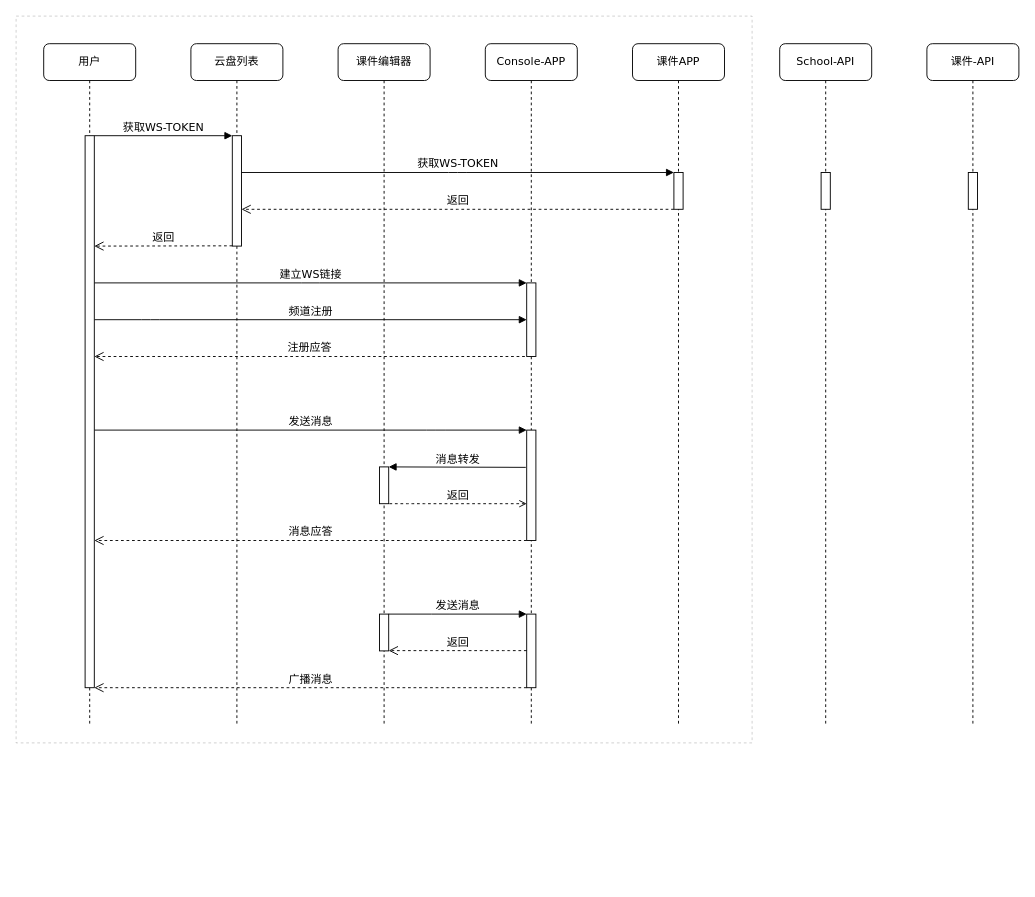
huanjiesm/saas-draw keeps this draw.io diagram as saas-share.drawio. Above is the earlier version. Source tidied: cells renumbered, new cells numbered last; positions are measured from the earlier drawing's top-left corner, leaving out a move shared by most shapes. Both pictures are drawn from the tidied source at 92%, with x=0, y=0 at pixel (16, 16).
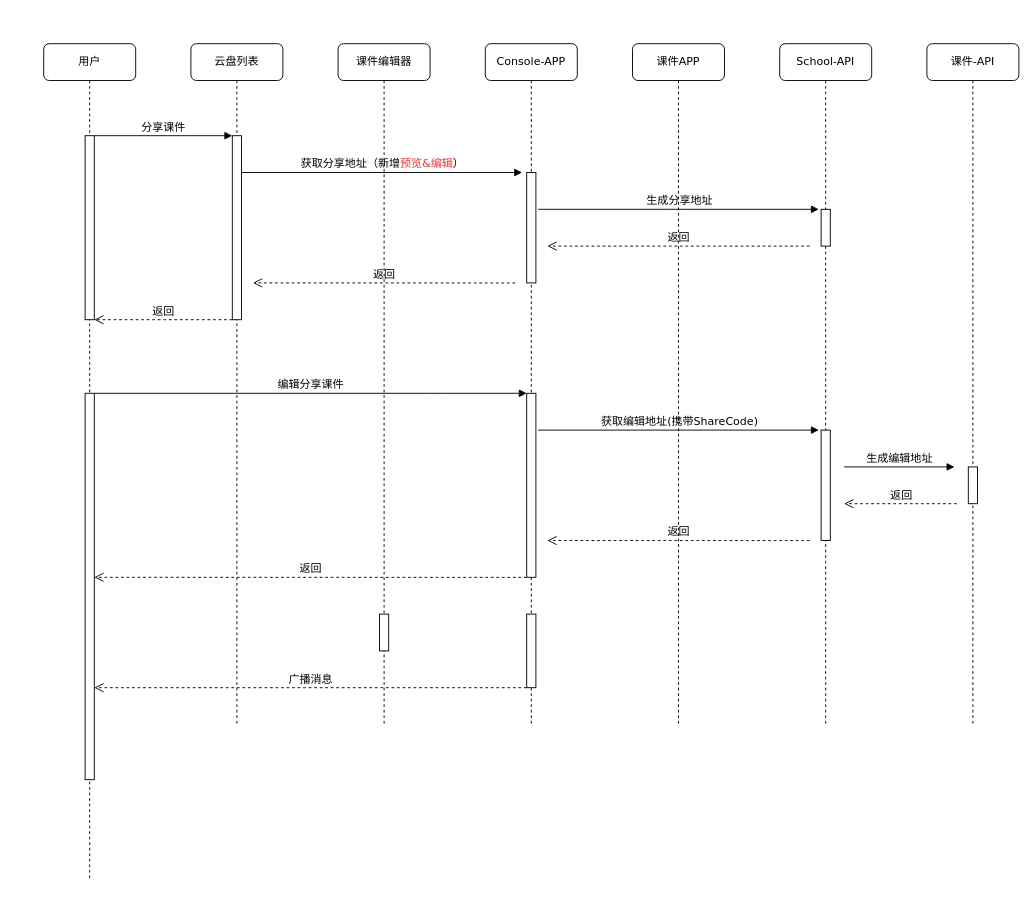
The same page after the edit.

Unchanged cells that the change refers to:
```xml
<mxCell id="3" value="Console-APP" style="shape=umlLifeline;perimeter=lifelinePerimeter;whiteSpace=wrap;html=1;rounded=1;shadow=0;comic=0;labelBackgroundColor=none;strokeWidth=1;fontFamily=Verdana;fontSize=12;align=center;" parent="1" vertex="1">
  <mxGeometry x="510" y="30" width="100" height="740" as="geometry" />
</mxCell>
<mxCell id="7" value="云盘列表" style="shape=umlLifeline;perimeter=lifelinePerimeter;whiteSpace=wrap;html=1;rounded=1;shadow=0;comic=0;labelBackgroundColor=none;strokeWidth=1;fontFamily=Verdana;fontSize=12;align=center;" parent="1" vertex="1">
  <mxGeometry x="190" y="30" width="100" height="740" as="geometry" />
</mxCell>
<mxCell id="11" value="课件编辑器" style="shape=umlLifeline;perimeter=lifelinePerimeter;whiteSpace=wrap;html=1;rounded=1;shadow=0;comic=0;labelBackgroundColor=none;strokeWidth=1;fontFamily=Verdana;fontSize=12;align=center;" parent="1" vertex="1">
  <mxGeometry x="350" y="30" width="100" height="740" as="geometry" />
</mxCell>
<mxCell id="22" value="课件APP" style="shape=umlLifeline;perimeter=lifelinePerimeter;whiteSpace=wrap;html=1;rounded=1;shadow=0;comic=0;labelBackgroundColor=none;strokeWidth=1;fontFamily=Verdana;fontSize=12;align=center;" parent="1" vertex="1">
  <mxGeometry x="670" y="30" width="100" height="740" as="geometry" />
</mxCell>
<mxCell id="30" value="School-API" style="shape=umlLifeline;perimeter=lifelinePerimeter;whiteSpace=wrap;html=1;rounded=1;shadow=0;comic=0;labelBackgroundColor=none;strokeWidth=1;fontFamily=Verdana;fontSize=12;align=center;" parent="1" vertex="1">
  <mxGeometry x="830" y="30" width="100" height="740" as="geometry" />
</mxCell>
<mxCell id="32" value="课件-API" style="shape=umlLifeline;perimeter=lifelinePerimeter;whiteSpace=wrap;html=1;rounded=1;shadow=0;comic=0;labelBackgroundColor=none;strokeWidth=1;fontFamily=Verdana;fontSize=12;align=center;" parent="1" vertex="1">
  <mxGeometry x="990" y="30" width="100" height="740" as="geometry" />
</mxCell>
```

The edit, as a diff of the source:
```diff
@@
-    <mxCell id="2" style="rounded=0;whiteSpace=wrap;html=1;opacity=20;dashed=1;" parent="1" vertex="1">
-      <mxGeometry width="800" height="790" as="geometry" />
-    </mxCell>
@@
-    <mxCell id="4" style="html=1;perimeter=orthogonalPerimeter;rounded=0;shadow=0;comic=0;labelBackgroundColor=none;strokeWidth=1;fontFamily=Verdana;fontSize=12;align=center;" parent="3" vertex="1">
-      <mxGeometry x="45" y="260" width="10" height="80" as="geometry" />
-    </mxCell>
-    <mxCell id="5" value="发送消息" style="html=1;verticalAlign=bottom;endArrow=block;labelBackgroundColor=none;fontFamily=Verdana;fontSize=12;edgeStyle=elbowEdgeStyle;elbow=vertical;entryX=-0.209;entryY=0;entryDx=0;entryDy=0;entryPerimeter=0;" parent="3" edge="1">
-      <mxGeometry relative="1" as="geometry">
-        <mxPoint x="-105" y="620" as="sourcePoint" />
-        <mxPoint x="45" y="620" as="targetPoint" />
-        <Array as="points">
-          <mxPoint x="-48.4" y="620" />
-          <mxPoint x="-38.4" y="680" />
-          <mxPoint x="1.6" y="690" />
-          <mxPoint x="-18.4" y="650" />
-          <mxPoint x="-98.4" y="540" />
-        </Array>
-      </mxGeometry>
-    </mxCell>
@@
+    <mxCell id="23" style="html=1;perimeter=orthogonalPerimeter;rounded=0;shadow=0;comic=0;labelBackgroundColor=none;strokeWidth=1;fontFamily=Verdana;fontSize=12;align=center;" parent="3" vertex="1">
+      <mxGeometry x="45" y="140" width="10" height="120" as="geometry" />
+    </mxCell>
+    <mxCell id="14" style="html=1;perimeter=orthogonalPerimeter;rounded=0;shadow=0;comic=0;labelBackgroundColor=none;strokeWidth=1;fontFamily=Verdana;fontSize=12;align=center;" parent="3" vertex="1">
+      <mxGeometry x="45" y="380" width="10" height="200" as="geometry" />
+    </mxCell>
@@
     <mxCell id="8" style="html=1;points=[];perimeter=orthogonalPerimeter;rounded=0;shadow=0;comic=0;labelBackgroundColor=none;strokeWidth=1;fontFamily=Verdana;fontSize=12;align=center;" parent="7" vertex="1">
-      <mxGeometry x="45" y="100" width="10" height="120" as="geometry" />
+      <mxGeometry x="45" y="100" width="10" height="200" as="geometry" />
     </mxCell>
     <mxCell id="9" value="返回" style="html=1;verticalAlign=bottom;endArrow=open;dashed=1;endSize=8;labelBackgroundColor=none;fontFamily=Verdana;fontSize=12;edgeStyle=elbowEdgeStyle;elbow=vertical;" parent="7" edge="1">
       <mxGeometry relative="1" as="geometry">
-        <mxPoint x="45" y="219.7" as="sourcePoint" />
-        <mxPoint x="-105" y="219.7" as="targetPoint" />
+        <mxPoint x="45" y="300" as="sourcePoint" />
+        <mxPoint x="-105" y="300" as="targetPoint" />
       </mxGeometry>
     </mxCell>
-    <mxCell id="10" value="建立WS链接" style="html=1;verticalAlign=bottom;endArrow=block;labelBackgroundColor=none;fontFamily=Verdana;fontSize=12;edgeStyle=elbowEdgeStyle;elbow=vertical;" parent="7" edge="1">
-      <mxGeometry relative="1" as="geometry">
-        <mxPoint x="-105" y="260" as="sourcePoint" />
-        <mxPoint x="365" y="260" as="targetPoint" />
-      </mxGeometry>
-    </mxCell>
+    <mxCell id="17" value="编辑分享课件" style="html=1;verticalAlign=bottom;endArrow=block;labelBackgroundColor=none;fontFamily=Verdana;fontSize=12;edgeStyle=elbowEdgeStyle;elbow=vertical;" parent="7" edge="1">
+      <mxGeometry relative="1" as="geometry">
+        <mxPoint x="-105" y="380" as="sourcePoint" />
+        <mxPoint x="365" y="380" as="targetPoint" />
+        <Array as="points">
+          <mxPoint x="266.3" y="380" />
+          <mxPoint x="276.3" y="440" />
+          <mxPoint x="316.3" y="450" />
+          <mxPoint x="296.3" y="410" />
+          <mxPoint x="216.3" y="300" />
+        </Array>
+      </mxGeometry>
+    </mxCell>
@@
-    <mxCell id="12" value="频道注册" style="html=1;verticalAlign=bottom;endArrow=block;labelBackgroundColor=none;fontFamily=Verdana;fontSize=12;edgeStyle=elbowEdgeStyle;elbow=vertical;exitX=1.429;exitY=0.147;exitDx=0;exitDy=0;exitPerimeter=0;" parent="11" edge="1">
-      <mxGeometry relative="1" as="geometry">
-        <mxPoint x="-265" y="300" as="sourcePoint" />
-        <mxPoint x="205" y="300" as="targetPoint" />
-        <Array as="points">
-          <mxPoint x="-203.9" y="300" />
-          <mxPoint x="16.1" y="294" />
-        </Array>
-      </mxGeometry>
-    </mxCell>
@@
-    <mxCell id="14" style="html=1;perimeter=orthogonalPerimeter;rounded=0;shadow=0;comic=0;labelBackgroundColor=none;strokeWidth=1;fontFamily=Verdana;fontSize=12;align=center;" parent="11" vertex="1">
-      <mxGeometry x="205" y="420" width="10" height="120" as="geometry" />
-    </mxCell>
-    <mxCell id="15" value="消息转发" style="html=1;verticalAlign=bottom;endArrow=none;labelBackgroundColor=none;fontFamily=Verdana;fontSize=12;edgeStyle=elbowEdgeStyle;elbow=vertical;startArrow=block;startFill=1;endFill=0;" parent="11" edge="1">
-      <mxGeometry relative="1" as="geometry">
-        <mxPoint x="55" y="460" as="sourcePoint" />
-        <mxPoint x="204" y="460" as="targetPoint" />
-        <Array as="points">
-          <mxPoint x="110.3" y="460.5" />
-          <mxPoint x="120.3" y="520.5" />
-          <mxPoint x="160.3" y="530.5" />
-          <mxPoint x="140.3" y="490.5" />
-          <mxPoint x="60.3" y="380.5" />
-        </Array>
-      </mxGeometry>
-    </mxCell>
-    <mxCell id="16" value="消息应答" style="html=1;verticalAlign=bottom;endArrow=open;dashed=1;endSize=8;labelBackgroundColor=none;fontFamily=Verdana;fontSize=12;edgeStyle=elbowEdgeStyle;elbow=vertical;" parent="11" edge="1">
-      <mxGeometry relative="1" as="geometry">
-        <mxPoint x="205" y="540" as="sourcePoint" />
-        <mxPoint x="-265" y="540" as="targetPoint" />
-      </mxGeometry>
-    </mxCell>
-    <mxCell id="17" value="发送消息" style="html=1;verticalAlign=bottom;endArrow=block;labelBackgroundColor=none;fontFamily=Verdana;fontSize=12;edgeStyle=elbowEdgeStyle;elbow=vertical;" parent="11" edge="1">
-      <mxGeometry relative="1" as="geometry">
-        <mxPoint x="-265" y="420" as="sourcePoint" />
-        <mxPoint x="205" y="420" as="targetPoint" />
-        <Array as="points">
-          <mxPoint x="106.3" y="420" />
-          <mxPoint x="116.3" y="480" />
-          <mxPoint x="156.3" y="490" />
-          <mxPoint x="136.3" y="450" />
-          <mxPoint x="56.3" y="340" />
-        </Array>
-      </mxGeometry>
-    </mxCell>
-    <mxCell id="18" value="返回" style="html=1;verticalAlign=bottom;endArrow=none;dashed=1;endSize=8;labelBackgroundColor=none;fontFamily=Verdana;fontSize=12;edgeStyle=elbowEdgeStyle;elbow=vertical;startArrow=open;startFill=0;endFill=0;" parent="11" edge="1">
-      <mxGeometry relative="1" as="geometry">
-        <mxPoint x="205" y="500" as="sourcePoint" />
-        <mxPoint x="55" y="500" as="targetPoint" />
-        <Array as="points">
-          <mxPoint x="84" y="500" />
-        </Array>
-      </mxGeometry>
-    </mxCell>
-    <mxCell id="19" style="html=1;perimeter=orthogonalPerimeter;rounded=0;shadow=0;comic=0;labelBackgroundColor=none;strokeWidth=1;fontFamily=Verdana;fontSize=12;align=center;" parent="11" vertex="1">
-      <mxGeometry x="45" y="460" width="10" height="40" as="geometry" />
-    </mxCell>
     <mxCell id="20" value="用户" style="shape=umlLifeline;perimeter=lifelinePerimeter;whiteSpace=wrap;html=1;rounded=1;shadow=0;comic=0;labelBackgroundColor=none;strokeWidth=1;fontFamily=Verdana;fontSize=12;align=center;" parent="1" vertex="1">
-      <mxGeometry x="30" y="30" width="100" height="740" as="geometry" />
+      <mxGeometry x="30" y="30" width="100" height="910" as="geometry" />
     </mxCell>
     <mxCell id="21" style="html=1;points=[];perimeter=orthogonalPerimeter;rounded=0;shadow=0;comic=0;labelBackgroundColor=none;strokeWidth=1;fontFamily=Verdana;fontSize=12;align=center;" parent="20" vertex="1">
-      <mxGeometry x="45" y="100" width="10" height="600" as="geometry" />
+      <mxGeometry x="45" y="100" width="10" height="200" as="geometry" />
     </mxCell>
+    <mxCell id="34" style="html=1;perimeter=orthogonalPerimeter;rounded=0;shadow=0;comic=0;labelBackgroundColor=none;strokeWidth=1;fontFamily=Verdana;fontSize=12;align=center;" parent="20" vertex="1">
+      <mxGeometry x="45" y="380" width="10" height="420" as="geometry" />
+    </mxCell>
@@
-    <mxCell id="23" style="html=1;perimeter=orthogonalPerimeter;rounded=0;shadow=0;comic=0;labelBackgroundColor=none;strokeWidth=1;fontFamily=Verdana;fontSize=12;align=center;" parent="22" vertex="1">
-      <mxGeometry x="45" y="140" width="10" height="40" as="geometry" />
-    </mxCell>
-    <mxCell id="24" value="获取WS-TOKEN" style="html=1;verticalAlign=bottom;endArrow=block;entryX=0;entryY=0;labelBackgroundColor=none;fontFamily=Verdana;fontSize=12;edgeStyle=elbowEdgeStyle;elbow=vertical;" parent="1" edge="1" source="21" target="8">
+    <mxCell id="24" value="分享课件" style="html=1;verticalAlign=bottom;endArrow=block;entryX=0;entryY=0;labelBackgroundColor=none;fontFamily=Verdana;fontSize=12;edgeStyle=elbowEdgeStyle;elbow=vertical;" parent="1" edge="1" source="21" target="8">
       <mxGeometry relative="1" as="geometry" />
     </mxCell>
-    <mxCell id="25" value="注册应答" style="html=1;verticalAlign=bottom;endArrow=open;dashed=1;endSize=8;labelBackgroundColor=none;fontFamily=Verdana;fontSize=12;edgeStyle=elbowEdgeStyle;elbow=vertical;entryX=1.339;entryY=0.244;entryDx=0;entryDy=0;entryPerimeter=0;" parent="1" edge="1">
-      <mxGeometry relative="1" as="geometry">
-        <mxPoint x="553" y="370" as="sourcePoint" />
-        <mxPoint x="85" y="370" as="targetPoint" />
-        <Array as="points">
-          <mxPoint x="169.5" y="370" />
-          <mxPoint x="149.5" y="370" />
-        </Array>
-      </mxGeometry>
-    </mxCell>
-    <mxCell id="26" value="获取WS-TOKEN" style="html=1;verticalAlign=bottom;endArrow=block;labelBackgroundColor=none;fontFamily=Verdana;fontSize=12;edgeStyle=elbowEdgeStyle;elbow=vertical;" parent="1" edge="1">
+    <mxCell id="26" value="获取分享地址（新增&lt;font color=&quot;#ff3333&quot;&gt;预览&amp;amp;编辑&lt;/font&gt;）" style="html=1;verticalAlign=bottom;endArrow=block;labelBackgroundColor=none;fontFamily=Verdana;fontSize=12;edgeStyle=elbowEdgeStyle;elbow=vertical;" parent="1" edge="1">
       <mxGeometry relative="1" as="geometry">
         <mxPoint x="245" y="170" as="sourcePoint" />
-        <mxPoint x="715" y="170" as="targetPoint" />
+        <mxPoint x="550" y="170" as="targetPoint" />
       </mxGeometry>
     </mxCell>
     <mxCell id="27" value="返回" style="html=1;verticalAlign=bottom;endArrow=open;dashed=1;endSize=8;labelBackgroundColor=none;fontFamily=Verdana;fontSize=12;edgeStyle=elbowEdgeStyle;elbow=vertical;" parent="1" edge="1">
       <mxGeometry relative="1" as="geometry">
-        <mxPoint x="715" y="210" as="sourcePoint" />
-        <mxPoint x="245" y="210" as="targetPoint" />
+        <mxPoint x="542.5" y="290.1" as="sourcePoint" />
+        <mxPoint x="257.5" y="290.1" as="targetPoint" />
       </mxGeometry>
     </mxCell>
-    <mxCell id="28" value="返回" style="html=1;verticalAlign=bottom;endArrow=open;dashed=1;endSize=8;labelBackgroundColor=none;fontFamily=Verdana;fontSize=12;edgeStyle=elbowEdgeStyle;elbow=vertical;exitX=-0.17;exitY=1.002;exitDx=0;exitDy=0;exitPerimeter=0;" parent="1" edge="1">
-      <mxGeometry relative="1" as="geometry">
-        <mxPoint x="555" y="689.7" as="sourcePoint" />
-        <mxPoint x="405" y="689.7" as="targetPoint" />
-        <Array as="points">
-          <mxPoint x="526.5" y="689.7" />
-          <mxPoint x="496.5" y="689.7" />
-        </Array>
-      </mxGeometry>
-    </mxCell>
@@
     <mxCell id="31" style="html=1;perimeter=orthogonalPerimeter;rounded=0;shadow=0;comic=0;labelBackgroundColor=none;strokeWidth=1;fontFamily=Verdana;fontSize=12;align=center;" parent="30" vertex="1">
-      <mxGeometry x="45" y="140" width="10" height="40" as="geometry" />
+      <mxGeometry x="45" y="180" width="10" height="40" as="geometry" />
     </mxCell>
+    <mxCell id="35" style="html=1;perimeter=orthogonalPerimeter;rounded=0;shadow=0;comic=0;labelBackgroundColor=none;strokeWidth=1;fontFamily=Verdana;fontSize=12;align=center;" parent="30" vertex="1">
+      <mxGeometry x="45" y="420" width="10" height="120" as="geometry" />
+    </mxCell>
@@
-    <mxCell id="33" style="html=1;perimeter=orthogonalPerimeter;rounded=0;shadow=0;comic=0;labelBackgroundColor=none;strokeWidth=1;fontFamily=Verdana;fontSize=12;align=center;" parent="32" vertex="1">
-      <mxGeometry x="45" y="140" width="10" height="40" as="geometry" />
-    </mxCell>
+    <mxCell id="19" style="html=1;perimeter=orthogonalPerimeter;rounded=0;shadow=0;comic=0;labelBackgroundColor=none;strokeWidth=1;fontFamily=Verdana;fontSize=12;align=center;" parent="32" vertex="1">
+      <mxGeometry x="45" y="460" width="10" height="40" as="geometry" />
+    </mxCell>
+    <mxCell id="36" value="生成分享地址" style="html=1;verticalAlign=bottom;endArrow=block;labelBackgroundColor=none;fontFamily=Verdana;fontSize=12;edgeStyle=elbowEdgeStyle;elbow=vertical;" parent="1" edge="1">
+      <mxGeometry relative="1" as="geometry">
+        <mxPoint x="567.5" y="210" as="sourcePoint" />
+        <mxPoint x="872.5" y="210" as="targetPoint" />
+      </mxGeometry>
+    </mxCell>
+    <mxCell id="37" value="返回" style="html=1;verticalAlign=bottom;endArrow=open;dashed=1;endSize=8;labelBackgroundColor=none;fontFamily=Verdana;fontSize=12;edgeStyle=elbowEdgeStyle;elbow=vertical;" parent="1" edge="1">
+      <mxGeometry relative="1" as="geometry">
+        <mxPoint x="862.5" y="250" as="sourcePoint" />
+        <mxPoint x="577.5" y="250" as="targetPoint" />
+      </mxGeometry>
+    </mxCell>
+    <mxCell id="38" value="获取编辑地址(携带ShareCode)" style="html=1;verticalAlign=bottom;endArrow=block;labelBackgroundColor=none;fontFamily=Verdana;fontSize=12;edgeStyle=elbowEdgeStyle;elbow=vertical;" parent="1" edge="1">
+      <mxGeometry relative="1" as="geometry">
+        <mxPoint x="567.5" y="450" as="sourcePoint" />
+        <mxPoint x="872.5" y="450" as="targetPoint" />
+      </mxGeometry>
+    </mxCell>
+    <mxCell id="39" value="返回" style="html=1;verticalAlign=bottom;endArrow=open;dashed=1;endSize=8;labelBackgroundColor=none;fontFamily=Verdana;fontSize=12;edgeStyle=elbowEdgeStyle;elbow=vertical;" parent="1" edge="1">
+      <mxGeometry relative="1" as="geometry">
+        <mxPoint x="862.5" y="570.1" as="sourcePoint" />
+        <mxPoint x="577.5" y="570.1" as="targetPoint" />
+      </mxGeometry>
+    </mxCell>
+    <mxCell id="40" value="生成编辑地址" style="html=1;verticalAlign=bottom;endArrow=block;labelBackgroundColor=none;fontFamily=Verdana;fontSize=12;edgeStyle=elbowEdgeStyle;elbow=vertical;" parent="1" edge="1">
+      <mxGeometry relative="1" as="geometry">
+        <mxPoint x="900" y="490" as="sourcePoint" />
+        <mxPoint x="1020" y="490" as="targetPoint" />
+      </mxGeometry>
+    </mxCell>
+    <mxCell id="41" value="返回" style="html=1;verticalAlign=bottom;endArrow=open;dashed=1;endSize=8;labelBackgroundColor=none;fontFamily=Verdana;fontSize=12;edgeStyle=elbowEdgeStyle;elbow=vertical;" parent="1" edge="1">
+      <mxGeometry relative="1" as="geometry">
+        <mxPoint x="1022.5" y="530" as="sourcePoint" />
+        <mxPoint x="900" y="530" as="targetPoint" />
+      </mxGeometry>
+    </mxCell>
+    <mxCell id="16" value="返回" style="html=1;verticalAlign=bottom;endArrow=open;dashed=1;endSize=8;labelBackgroundColor=none;fontFamily=Verdana;fontSize=12;edgeStyle=elbowEdgeStyle;elbow=vertical;" parent="1" edge="1">
+      <mxGeometry relative="1" as="geometry">
+        <mxPoint x="555" y="610.1" as="sourcePoint" />
+        <mxPoint x="85" y="610.1" as="targetPoint" />
+      </mxGeometry>
+    </mxCell>
```
